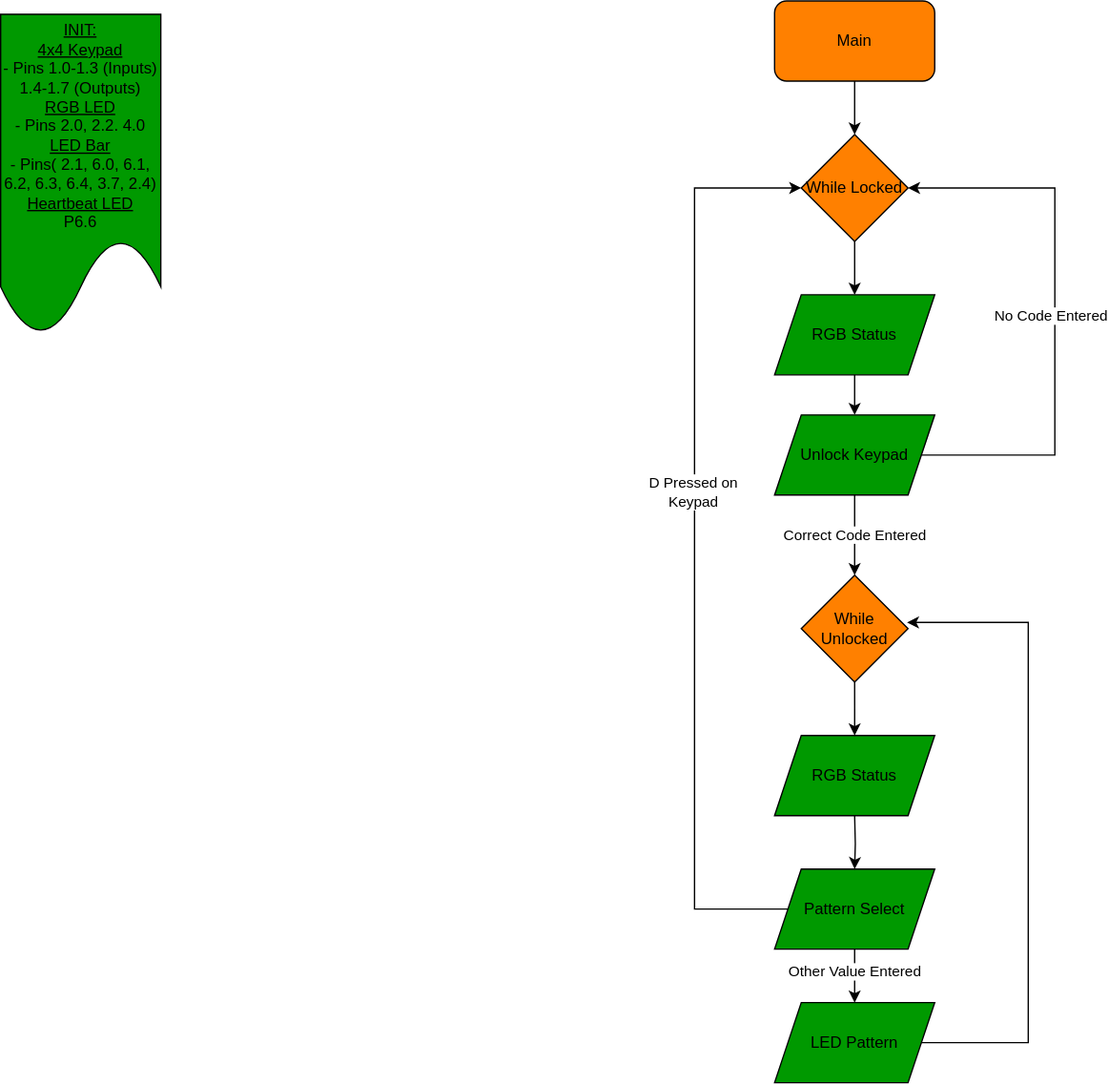
The draw.io diagram docs/assets/Project3_FlowChart_Final.svg in msu-eele-465/project3-aaron-beau, before a commit. Source tidied: cells renumbered, new cells last; positions are measured from the earlier drawing's top-left corner, leaving out a move shared by most shapes.
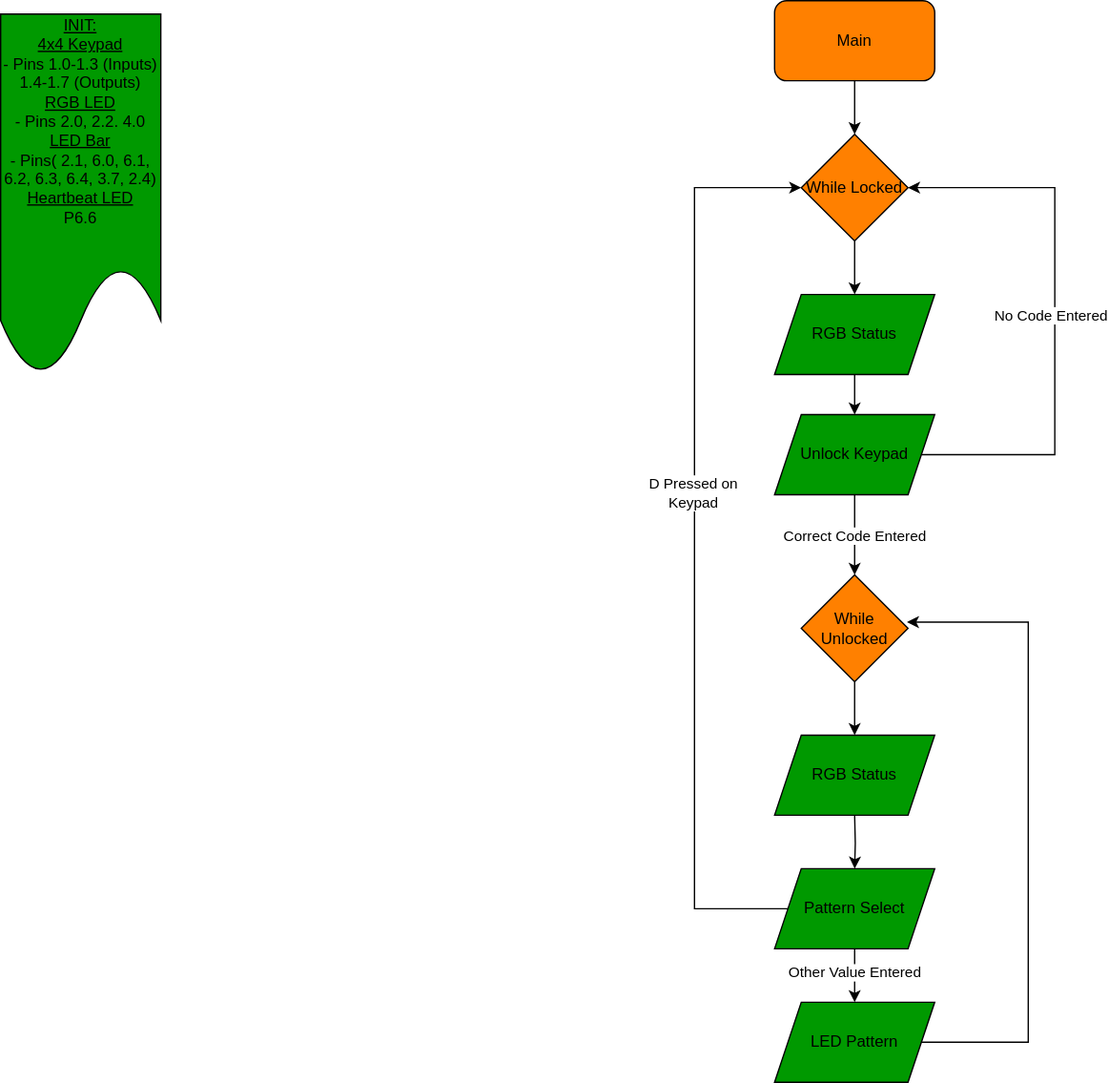
After the commit.

Commit message:
Added Init to each page

Diff of the diagram source:
```diff
@@ -2,8 +2,8 @@
   <root>
     <mxCell id="0" />
     <mxCell id="1" parent="0" />
-    <mxCell id="2" value="&lt;u&gt;INIT:&lt;/u&gt;&lt;div&gt;&lt;u&gt;4x4 Keypad&lt;/u&gt;&lt;/div&gt;&lt;div&gt;- Pins 1.0-1.3 (Inputs)&lt;/div&gt;&lt;div&gt;1.4-1.7 (Outputs)&lt;/div&gt;&lt;div&gt;&lt;u&gt;RGB LED&lt;/u&gt;&lt;/div&gt;&lt;div&gt;- Pins 2.0, 2.2. 4.0&lt;/div&gt;&lt;div&gt;&lt;u&gt;LED Bar&lt;/u&gt;&lt;/div&gt;&lt;div&gt;- Pins( 2.1, 6.0, 6.1, 6.2, 6.3, 6.4, 3.7, 2.4)&lt;/div&gt;&lt;div&gt;&lt;u&gt;Heartbeat LED&lt;/u&gt;&lt;/div&gt;&lt;div&gt;P6.6&lt;/div&gt;" style="shape=document;whiteSpace=wrap;html=1;boundedLbl=1;fillColor=#009900;" parent="1" vertex="1">
-      <mxGeometry y="10" width="120" height="240" as="geometry" />
+    <mxCell id="2" value="&lt;u&gt;INIT:&lt;/u&gt;&lt;div&gt;&lt;u&gt;4x4 Keypad&lt;/u&gt;&lt;/div&gt;&lt;div&gt;- Pins 1.0-1.3 (Inputs)&lt;/div&gt;&lt;div&gt;1.4-1.7 (Outputs)&lt;/div&gt;&lt;div&gt;&lt;u&gt;RGB LED&lt;/u&gt;&lt;/div&gt;&lt;div&gt;- Pins 2.0, 2.2. 4.0&lt;/div&gt;&lt;div&gt;&lt;u&gt;LED Bar&lt;/u&gt;&lt;/div&gt;&lt;div&gt;- Pins( 2.1, 6.0, 6.1, 6.2, 6.3, 6.4, 3.7, 2.4)&lt;/div&gt;&lt;div&gt;&lt;u&gt;Heartbeat LED&lt;/u&gt;&lt;/div&gt;&lt;div&gt;P6.6&lt;/div&gt;&lt;div&gt;&lt;br&gt;&lt;/div&gt;&lt;div&gt;&lt;br&gt;&lt;/div&gt;" style="shape=document;whiteSpace=wrap;html=1;boundedLbl=1;fillColor=#009900;" parent="1" vertex="1">
+      <mxGeometry y="10" width="120" height="270" as="geometry" />
     </mxCell>
     <mxCell id="3" style="edgeStyle=orthogonalEdgeStyle;rounded=0;jettySize=auto;html=1;exitX=0.5;exitY=1;exitDx=0;exitDy=0;entryX=0.5;entryY=0;entryDx=0;entryDy=0;" parent="1" edge="1" source="4" target="6">
       <mxGeometry relative="1" as="geometry" />
```
